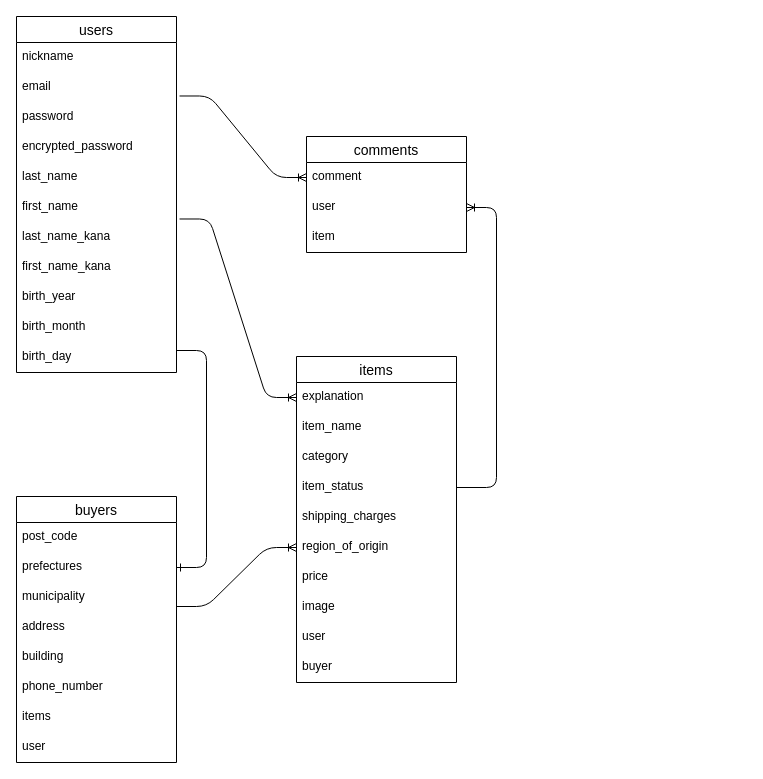
Above: furima-38661.dio in kopelwende/furima-38661 (draw.io), before the change. Source tidied: cells renumbered, new cells numbered last; positions are measured from the earlier drawing's top-left corner, leaving out a move shared by most shapes. Both pictures are drawn from the tidied source at 100%, with x=0, y=0 at pixel (16, 16).
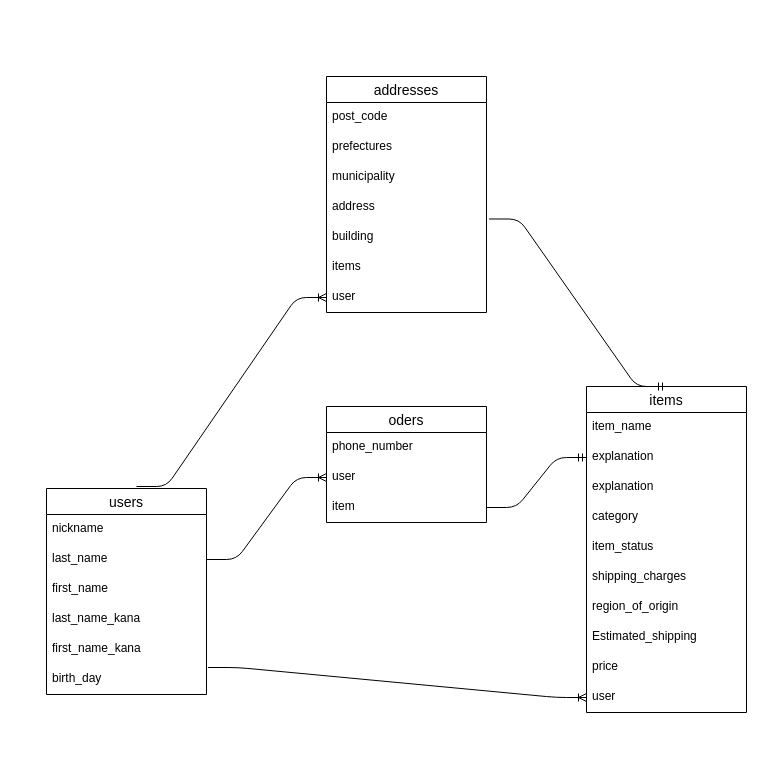
The same diagram, later.

The change refers to these unchanged cells:
```xml
<mxCell id="27" value="prefectures" style="text;strokeColor=none;fillColor=none;spacingLeft=4;spacingRight=4;overflow=hidden;points=[[0,0.5],[1,0.5]];portConstraint=eastwest;fontSize=12;" parent="25" vertex="1">
  <mxGeometry y="56" width="160" height="30" as="geometry" />
</mxCell>
<mxCell id="30" value="building" style="text;strokeColor=none;fillColor=none;spacingLeft=4;spacingRight=4;overflow=hidden;points=[[0,0.5],[1,0.5]];portConstraint=eastwest;fontSize=12;" parent="25" vertex="1">
  <mxGeometry y="146" width="160" height="30" as="geometry" />
</mxCell>
<mxCell id="36" value="user" style="text;strokeColor=none;fillColor=none;spacingLeft=4;spacingRight=4;overflow=hidden;points=[[0,0.5],[1,0.5]];portConstraint=eastwest;fontSize=12;" parent="34" vertex="1">
  <mxGeometry y="56" width="160" height="30" as="geometry" />
</mxCell>
<mxCell id="37" value="item" style="text;strokeColor=none;fillColor=none;spacingLeft=4;spacingRight=4;overflow=hidden;points=[[0,0.5],[1,0.5]];portConstraint=eastwest;fontSize=12;" parent="34" vertex="1">
  <mxGeometry y="86" width="160" height="30" as="geometry" />
</mxCell>
```

What changed in the source:
```diff
@@
     <mxCell id="2" value="users" style="swimlane;fontStyle=0;horizontal=1;startSize=26;align=center;fontSize=14;" parent="1" vertex="1">
-      <mxGeometry width="160" height="356" as="geometry" />
+      <mxGeometry x="30" y="472" width="160" height="206" as="geometry" />
     </mxCell>
@@
-    <mxCell id="4" value="email" style="text;strokeColor=none;fillColor=none;spacingLeft=4;spacingRight=4;overflow=hidden;points=[[0,0.5],[1,0.5]];portConstraint=eastwest;fontSize=12;" parent="2" vertex="1">
-      <mxGeometry y="56" width="160" height="30" as="geometry" />
-    </mxCell>
-    <mxCell id="5" value="password" style="text;strokeColor=none;fillColor=none;spacingLeft=4;spacingRight=4;overflow=hidden;fontSize=12;" parent="2" vertex="1">
-      <mxGeometry y="86" width="160" height="30" as="geometry" />
-    </mxCell>
-    <mxCell id="6" value="encrypted_password" style="text;strokeColor=none;fillColor=none;spacingLeft=4;spacingRight=4;overflow=hidden;fontSize=12;" parent="2" vertex="1">
-      <mxGeometry y="116" width="160" height="30" as="geometry" />
-    </mxCell>
     <mxCell id="7" value="last_name" style="text;strokeColor=none;fillColor=none;spacingLeft=4;spacingRight=4;overflow=hidden;points=[[0,0.5],[1,0.5]];portConstraint=eastwest;fontSize=12;" parent="2" vertex="1">
-      <mxGeometry y="146" width="160" height="30" as="geometry" />
+      <mxGeometry y="56" width="160" height="30" as="geometry" />
     </mxCell>
     <mxCell id="8" value="first_name" style="text;strokeColor=none;fillColor=none;spacingLeft=4;spacingRight=4;overflow=hidden;points=[[0,0.5],[1,0.5]];portConstraint=eastwest;fontSize=12;" parent="2" vertex="1">
-      <mxGeometry y="176" width="160" height="30" as="geometry" />
+      <mxGeometry y="86" width="160" height="30" as="geometry" />
     </mxCell>
     <mxCell id="9" value="last_name_kana" style="text;strokeColor=none;fillColor=none;spacingLeft=4;spacingRight=4;overflow=hidden;fontSize=12;" parent="2" vertex="1">
-      <mxGeometry y="206" width="160" height="30" as="geometry" />
+      <mxGeometry y="116" width="160" height="30" as="geometry" />
     </mxCell>
     <mxCell id="10" value="first_name_kana" style="text;strokeColor=none;fillColor=none;spacingLeft=4;spacingRight=4;overflow=hidden;fontSize=12;" parent="2" vertex="1">
-      <mxGeometry y="236" width="160" height="30" as="geometry" />
+      <mxGeometry y="146" width="160" height="30" as="geometry" />
     </mxCell>
-    <mxCell id="11" value="birth_year&#10;" style="text;strokeColor=none;fillColor=none;spacingLeft=4;spacingRight=4;overflow=hidden;fontSize=12;" parent="2" vertex="1">
-      <mxGeometry y="266" width="160" height="30" as="geometry" />
-    </mxCell>
-    <mxCell id="12" value="birth_month" style="text;strokeColor=none;fillColor=none;spacingLeft=4;spacingRight=4;overflow=hidden;fontSize=12;" parent="2" vertex="1">
-      <mxGeometry y="296" width="160" height="30" as="geometry" />
-    </mxCell>
     <mxCell id="13" value="birth_day" style="text;strokeColor=none;fillColor=none;spacingLeft=4;spacingRight=4;overflow=hidden;points=[[0,0.5],[1,0.5]];portConstraint=eastwest;fontSize=12;" parent="2" vertex="1">
-      <mxGeometry y="326" width="160" height="30" as="geometry" />
+      <mxGeometry y="176" width="160" height="30" as="geometry" />
     </mxCell>
     <mxCell id="14" value="items" style="swimlane;fontStyle=0;horizontal=1;startSize=26;align=center;fontSize=14;" parent="1" vertex="1">
-      <mxGeometry x="280" y="340" width="160" height="326" as="geometry" />
+      <mxGeometry x="570" y="370" width="160" height="326" as="geometry" />
     </mxCell>
-    <mxCell id="15" value="explanation" style="text;strokeColor=none;fillColor=none;spacingLeft=4;spacingRight=4;overflow=hidden;points=[[0,0.5],[1,0.5]];portConstraint=eastwest;fontSize=12;" parent="14" vertex="1">
-      <mxGeometry y="26" width="160" height="30" as="geometry" />
-    </mxCell>
     <mxCell id="16" value="item_name" style="text;strokeColor=none;fillColor=none;spacingLeft=4;spacingRight=4;overflow=hidden;fontSize=12;" parent="14" vertex="1">
-      <mxGeometry y="56" width="160" height="30" as="geometry" />
+      <mxGeometry y="26" width="160" height="30" as="geometry" />
     </mxCell>
+    <mxCell id="43" value="explanation" style="text;strokeColor=none;fillColor=none;spacingLeft=4;spacingRight=4;overflow=hidden;points=[[0,0.5],[1,0.5]];portConstraint=eastwest;fontSize=12;" parent="14" vertex="1">
+      <mxGeometry y="56" width="160" height="30" as="geometry" />
+    </mxCell>
+    <mxCell id="44" value="explanation" style="text;strokeColor=none;fillColor=none;spacingLeft=4;spacingRight=4;overflow=hidden;fontSize=12;" parent="14" vertex="1">
+      <mxGeometry y="86" width="160" height="30" as="geometry" />
+    </mxCell>
     <mxCell id="17" value="category" style="text;strokeColor=none;fillColor=none;spacingLeft=4;spacingRight=4;overflow=hidden;fontSize=12;" parent="14" vertex="1">
-      <mxGeometry y="86" width="160" height="30" as="geometry" />
+      <mxGeometry y="116" width="160" height="30" as="geometry" />
     </mxCell>
     <mxCell id="18" value="item_status" style="text;strokeColor=none;fillColor=none;spacingLeft=4;spacingRight=4;overflow=hidden;points=[[0,0.5],[1,0.5]];portConstraint=eastwest;fontSize=12;" parent="14" vertex="1">
-      <mxGeometry y="116" width="160" height="30" as="geometry" />
+      <mxGeometry y="146" width="160" height="30" as="geometry" />
     </mxCell>
     <mxCell id="19" value="shipping_charges" style="text;strokeColor=none;fillColor=none;spacingLeft=4;spacingRight=4;overflow=hidden;fontSize=12;" parent="14" vertex="1">
-      <mxGeometry y="146" width="160" height="30" as="geometry" />
+      <mxGeometry y="176" width="160" height="30" as="geometry" />
     </mxCell>
     <mxCell id="20" value="region_of_origin&#10;" style="text;strokeColor=none;fillColor=none;spacingLeft=4;spacingRight=4;overflow=hidden;points=[[0,0.5],[1,0.5]];portConstraint=eastwest;fontSize=12;" parent="14" vertex="1">
-      <mxGeometry y="176" width="160" height="30" as="geometry" />
+      <mxGeometry y="206" width="160" height="30" as="geometry" />
     </mxCell>
+    <mxCell id="45" value="Estimated_shipping" style="text;strokeColor=none;fillColor=none;spacingLeft=4;spacingRight=4;overflow=hidden;fontSize=12;" parent="14" vertex="1">
+      <mxGeometry y="236" width="160" height="30" as="geometry" />
+    </mxCell>
     <mxCell id="21" value="price&#10;" style="text;strokeColor=none;fillColor=none;spacingLeft=4;spacingRight=4;overflow=hidden;fontSize=12;" parent="14" vertex="1">
-      <mxGeometry y="206" width="160" height="30" as="geometry" />
+      <mxGeometry y="266" width="160" height="30" as="geometry" />
     </mxCell>
-    <mxCell id="22" value="image" style="text;strokeColor=none;fillColor=none;spacingLeft=4;spacingRight=4;overflow=hidden;fontSize=12;" parent="14" vertex="1">
-      <mxGeometry y="236" width="160" height="30" as="geometry" />
-    </mxCell>
     <mxCell id="23" value="user" style="text;strokeColor=none;fillColor=none;spacingLeft=4;spacingRight=4;overflow=hidden;points=[[0,0.5],[1,0.5]];portConstraint=eastwest;fontSize=12;" parent="14" vertex="1">
-      <mxGeometry y="266" width="160" height="30" as="geometry" />
+      <mxGeometry y="296" width="160" height="30" as="geometry" />
     </mxCell>
-    <mxCell id="24" value="buyer" style="text;strokeColor=none;fillColor=none;spacingLeft=4;spacingRight=4;overflow=hidden;fontSize=12;" parent="14" vertex="1">
-      <mxGeometry y="296" width="160" height="30" as="geometry" />
-    </mxCell>
-    <mxCell id="25" value="buyers" style="swimlane;fontStyle=0;horizontal=1;startSize=26;align=center;fontSize=14;" parent="1" vertex="1">
-      <mxGeometry y="480" width="160" height="266" as="geometry" />
+    <mxCell id="25" value="addresses" style="swimlane;fontStyle=0;horizontal=1;startSize=26;align=center;fontSize=14;" parent="1" vertex="1">
+      <mxGeometry x="310" y="60" width="160" height="236" as="geometry" />
     </mxCell>
@@
-    <mxCell id="31" value="phone_number" style="text;strokeColor=none;fillColor=none;spacingLeft=4;spacingRight=4;overflow=hidden;fontSize=12;" parent="25" vertex="1">
-      <mxGeometry y="176" width="160" height="30" as="geometry" />
-    </mxCell>
     <mxCell id="32" value="items" style="text;strokeColor=none;fillColor=none;spacingLeft=4;spacingRight=4;overflow=hidden;fontSize=12;" parent="25" vertex="1">
-      <mxGeometry y="206" width="160" height="30" as="geometry" />
+      <mxGeometry y="176" width="160" height="30" as="geometry" />
     </mxCell>
     <mxCell id="33" value="user" style="text;strokeColor=none;fillColor=none;spacingLeft=4;spacingRight=4;overflow=hidden;points=[[0,0.5],[1,0.5]];portConstraint=eastwest;fontSize=12;" parent="25" vertex="1">
-      <mxGeometry y="236" width="160" height="30" as="geometry" />
+      <mxGeometry y="206" width="160" height="30" as="geometry" />
     </mxCell>
-    <mxCell id="34" value="comments" style="swimlane;fontStyle=0;horizontal=1;startSize=26;align=center;fontSize=14;" parent="1" vertex="1">
-      <mxGeometry x="290" y="120" width="160" height="116" as="geometry" />
+    <mxCell id="34" value="oders" style="swimlane;fontStyle=0;horizontal=1;startSize=26;align=center;fontSize=14;" parent="1" vertex="1">
+      <mxGeometry x="310" y="390" width="160" height="116" as="geometry" />
     </mxCell>
-    <mxCell id="35" value="comment" style="text;strokeColor=none;fillColor=none;spacingLeft=4;spacingRight=4;overflow=hidden;points=[[0,0.5],[1,0.5]];portConstraint=eastwest;fontSize=12;" parent="34" vertex="1">
+    <mxCell id="35" value="phone_number" style="text;strokeColor=none;fillColor=none;spacingLeft=4;spacingRight=4;overflow=hidden;points=[[0,0.5],[1,0.5]];portConstraint=eastwest;fontSize=12;" parent="34" vertex="1">
       <mxGeometry y="26" width="160" height="30" as="geometry" />
     </mxCell>
@@
-    <mxCell id="38" style="edgeStyle=entityRelationEdgeStyle;fontSize=12;html=1;endArrow=ERoneToMany;entryX=0;entryY=0.5;entryDx=0;entryDy=0;exitX=1.019;exitY=0.783;exitDx=0;exitDy=0;exitPerimeter=0;" parent="1" edge="1" source="4" target="35">
-      <mxGeometry relative="1" as="geometry" />
-    </mxCell>
-    <mxCell id="39" style="edgeStyle=entityRelationEdgeStyle;fontSize=12;html=1;endArrow=ERoneToMany;entryX=0;entryY=0.5;entryDx=0;entryDy=0;exitX=1.019;exitY=0.883;exitDx=0;exitDy=0;exitPerimeter=0;" parent="1" edge="1" source="8" target="15">
+    <mxCell id="39" style="edgeStyle=entityRelationEdgeStyle;fontSize=12;html=1;endArrow=ERoneToMany;entryX=0;entryY=0.5;entryDx=0;entryDy=0;exitX=1.009;exitY=0.1;exitDx=0;exitDy=0;exitPerimeter=0;" parent="1" edge="1" source="13" target="23">
       <mxGeometry relative="1" as="geometry" />
     </mxCell>
-    <mxCell id="40" style="edgeStyle=entityRelationEdgeStyle;fontSize=12;html=1;endArrow=ERoneToMany;entryX=0;entryY=0.5;entryDx=0;entryDy=0;" parent="1" edge="1" target="20">
-      <mxGeometry relative="1" as="geometry">
-        <mxPoint x="160" y="590" as="sourcePoint" />
-      </mxGeometry>
-    </mxCell>
-    <mxCell id="41" style="edgeStyle=entityRelationEdgeStyle;fontSize=12;html=1;endArrow=ERone;endFill=1;entryX=1;entryY=0.5;entryDx=0;entryDy=0;" parent="1" edge="1" target="27">
-      <mxGeometry relative="1" as="geometry">
-        <mxPoint x="160" y="334" as="sourcePoint" />
-      </mxGeometry>
-    </mxCell>
-    <mxCell id="42" style="edgeStyle=entityRelationEdgeStyle;fontSize=12;html=1;endArrow=ERoneToMany;exitX=1;exitY=0.5;exitDx=0;exitDy=0;" parent="1" edge="1" source="18" target="36">
-      <mxGeometry relative="1" as="geometry" />
-    </mxCell>
+    <mxCell id="46" style="edgeStyle=entityRelationEdgeStyle;fontSize=12;html=1;endArrow=ERoneToMany;entryX=0;entryY=0.5;entryDx=0;entryDy=0;exitX=1;exitY=0.5;exitDx=0;exitDy=0;" parent="1" edge="1" source="7" target="36">
+      <mxGeometry relative="1" as="geometry" />
+    </mxCell>
+    <mxCell id="47" style="edgeStyle=entityRelationEdgeStyle;fontSize=12;html=1;endArrow=ERoneToMany;entryX=0;entryY=0.5;entryDx=0;entryDy=0;" parent="1" edge="1" target="33">
+      <mxGeometry relative="1" as="geometry">
+        <mxPoint x="120" y="470" as="sourcePoint" />
+      </mxGeometry>
+    </mxCell>
+    <mxCell id="48" style="edgeStyle=entityRelationEdgeStyle;fontSize=12;html=1;endArrow=ERmandOne;entryX=0;entryY=0.5;entryDx=0;entryDy=0;exitX=1;exitY=0.5;exitDx=0;exitDy=0;" parent="1" edge="1" source="37" target="43">
+      <mxGeometry relative="1" as="geometry" />
+    </mxCell>
+    <mxCell id="49" style="edgeStyle=entityRelationEdgeStyle;fontSize=12;html=1;endArrow=ERmandOne;entryX=0.5;entryY=0;entryDx=0;entryDy=0;exitX=1.016;exitY=-0.117;exitDx=0;exitDy=0;exitPerimeter=0;" parent="1" edge="1" source="30" target="14">
+      <mxGeometry relative="1" as="geometry" />
+    </mxCell>
```
